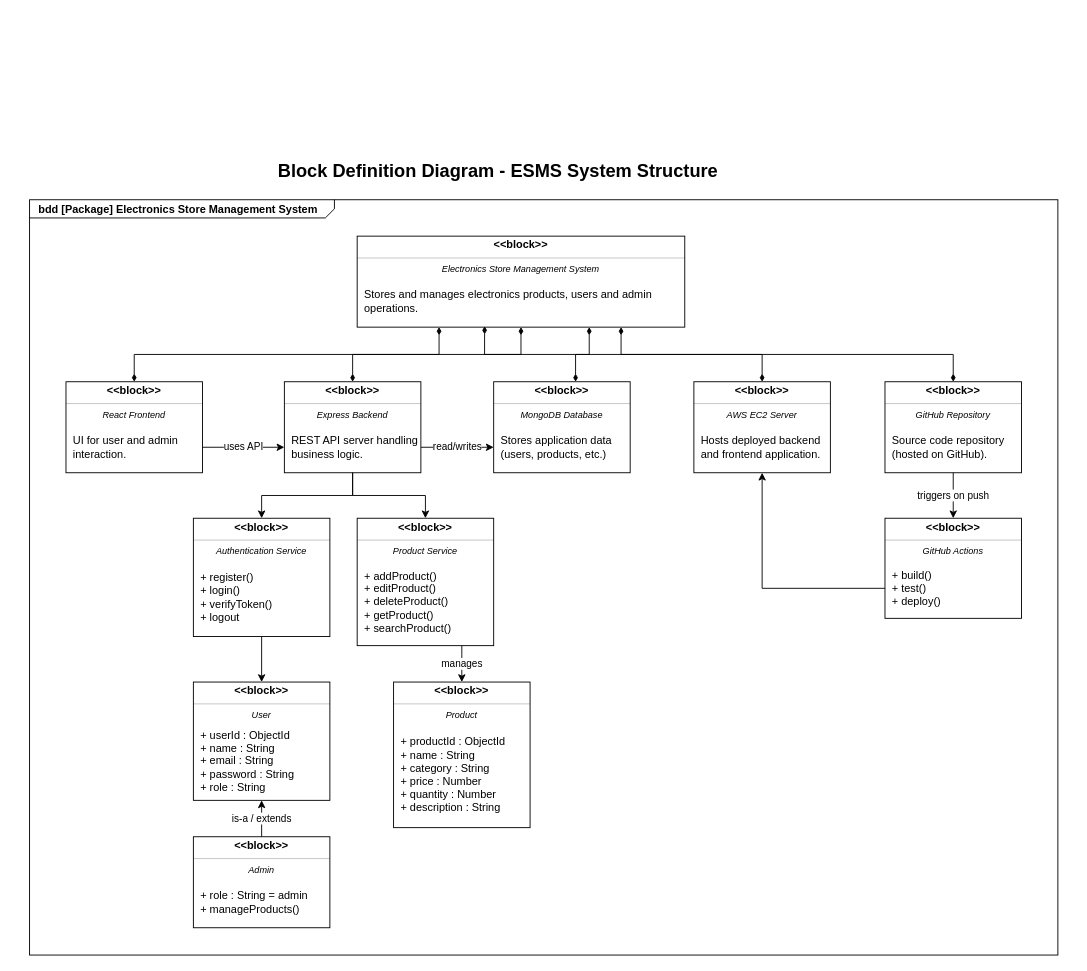
The draw.io diagram docs/sysml/5- ESMS_Block_Definition_Diagram .drawio in zunair-hub/electronics-store-management-system, before the edit. Source tidied: cells renumbered, new cells numbered last; positions are measured from the earlier drawing's top-left corner, leaving out a move shared by most shapes. Both pictures are drawn from the tidied source at 91%, with x=0, y=0 at pixel (29, 154).
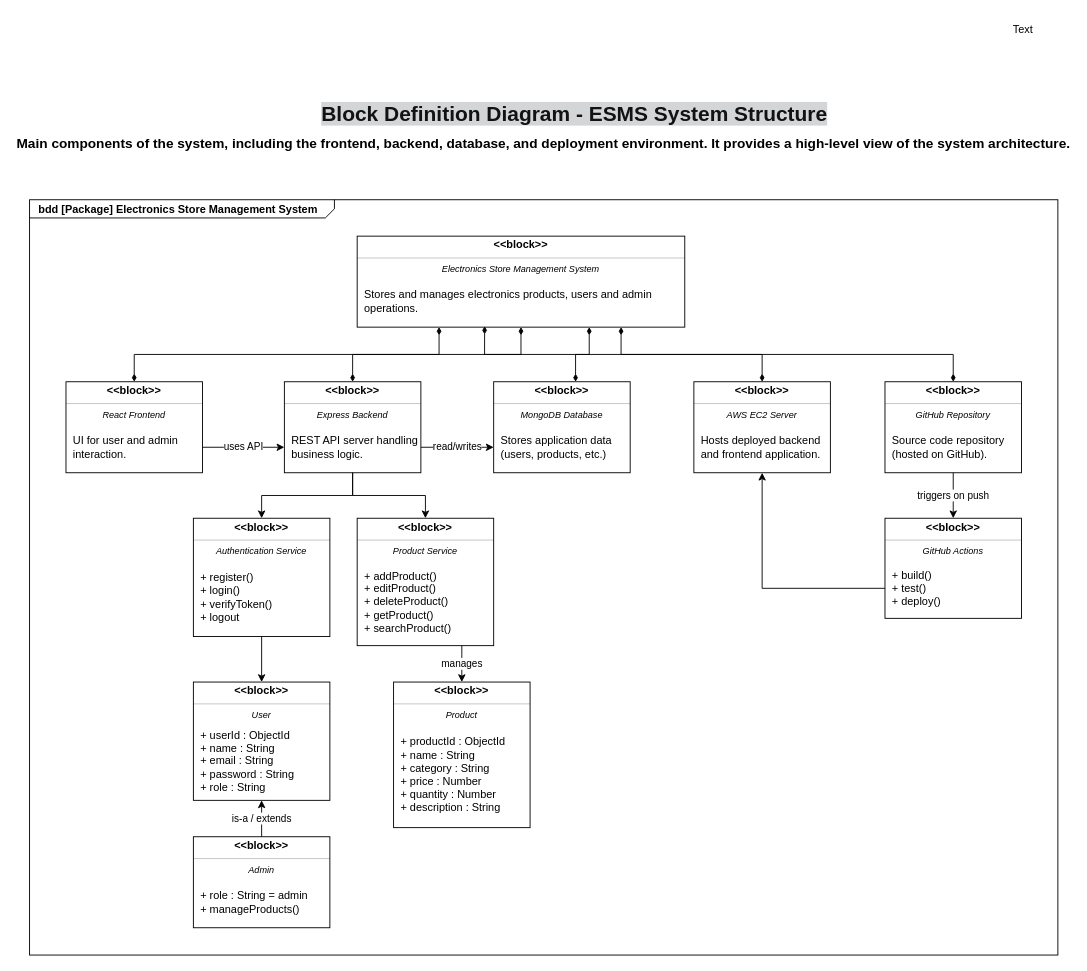
The same diagram, later.

What changed in the source:
```diff
@@
-    <mxCell id="2" value="Block Definition Diagram - ESMS System Structure" style="text;whiteSpace=wrap;fontStyle=1;fontSize=20;align=center;" parent="1" vertex="1">
-      <mxGeometry x="240" width="550" height="40" as="geometry" />
+    <mxCell id="2" value="Main components of the system, including the frontend, backend, database, and deployment environment. It provides a high-level view of the system architecture." style="text;whiteSpace=wrap;fontStyle=1;fontSize=15;align=center;" parent="1" vertex="1">
+      <mxGeometry x="-15" y="-27" width="1160" height="40" as="geometry" />
     </mxCell>
@@
+    <mxCell id="83" value="&lt;span style=&quot;color: rgb(18, 18, 18); font-family: Helvetica; font-size: 23px; font-style: normal; font-variant-ligatures: normal; font-variant-caps: normal; font-weight: 700; letter-spacing: normal; orphans: 2; text-align: center; text-indent: 0px; text-transform: none; widows: 2; word-spacing: 0px; -webkit-text-stroke-width: 0px; white-space: normal; background-color: rgb(211, 213, 214); text-decoration-thickness: initial; text-decoration-style: initial; text-decoration-color: initial; display: inline !important; float: none;&quot;&gt;Block Definition Diagram - ESMS System Structure&lt;/span&gt;" style="text;whiteSpace=wrap;html=1;" parent="1" vertex="1">
+      <mxGeometry x="319" y="-64" width="561" height="77" as="geometry" />
+    </mxCell>
+    <mxCell id="84" value="Text" style="text;html=1;whiteSpace=wrap;strokeColor=none;fillColor=none;align=center;verticalAlign=middle;rounded=0;" parent="1" vertex="1">
+      <mxGeometry x="1062" y="-152" width="60" height="30" as="geometry" />
+    </mxCell>
```
